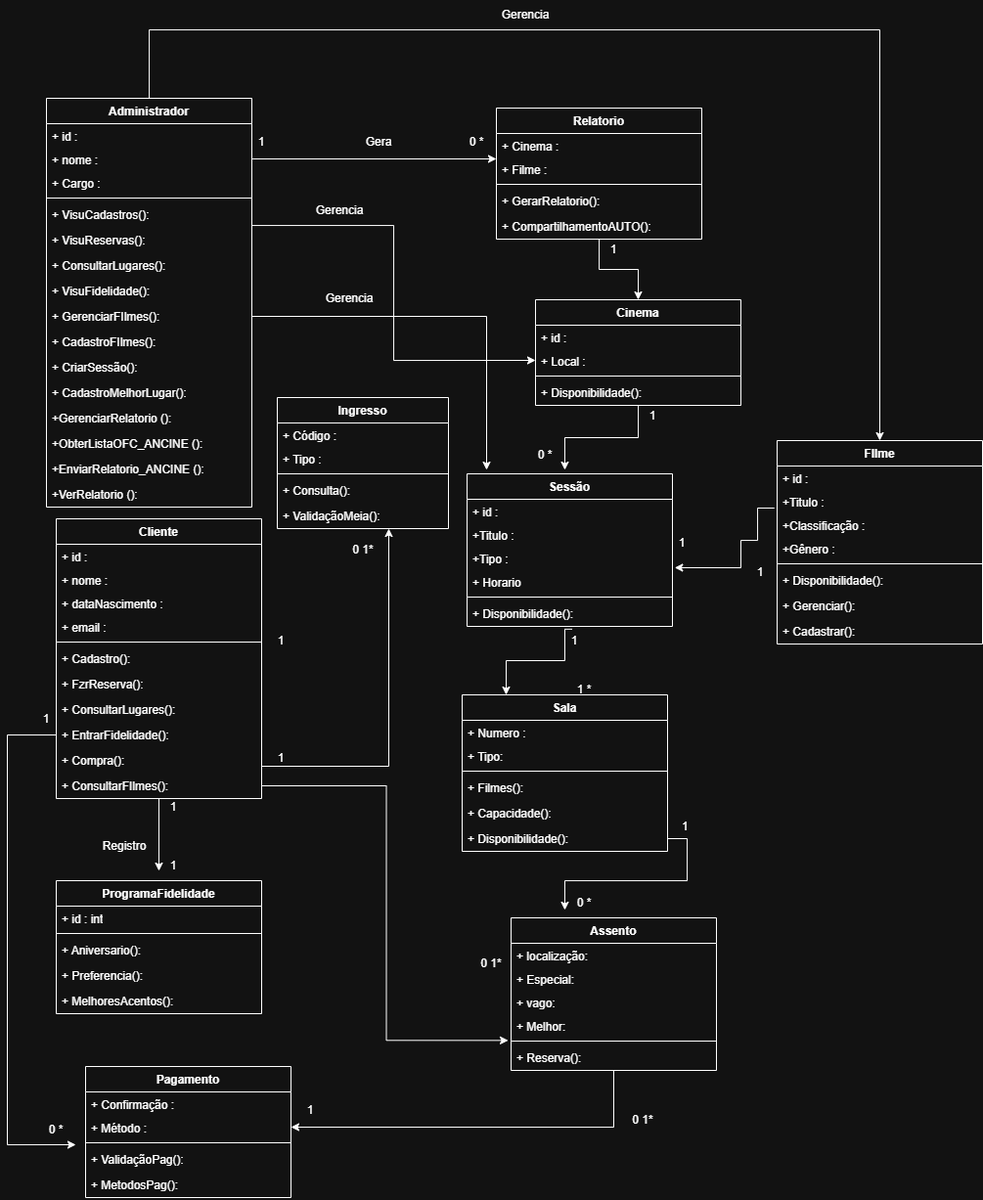
This is Diagramadeclasses(1).drawio.png from rotkis/Cinema_FEI, a draw.io export, as it was before one commit. Source tidied: cells renumbered, new cells last; positions are measured from the earlier drawing's top-left corner, leaving out a move shared by most shapes.
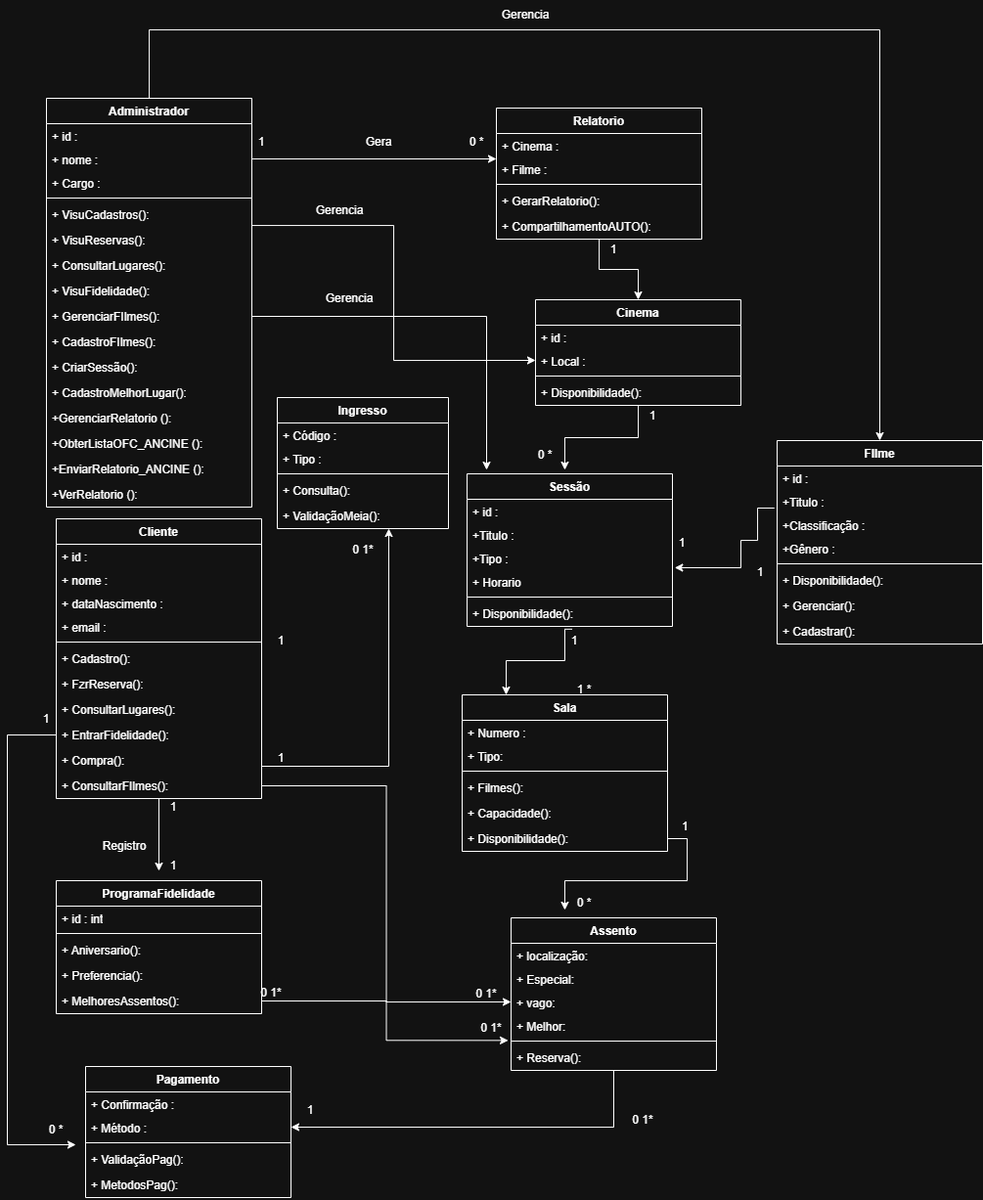
The same diagram one commit later.

Change to the diagram source:
```diff
@@ -226,7 +226,7 @@
     <mxCell id="68" value="+ Preferencia():" style="text;strokeColor=none;fillColor=none;align=left;verticalAlign=top;spacingLeft=4;spacingRight=4;overflow=hidden;whiteSpace=wrap;html=1;" parent="64" vertex="1">
       <mxGeometry y="84" width="210" height="26" as="geometry" />
     </mxCell>
-    <mxCell id="69" value="+ MelhoresAcentos():" style="text;strokeColor=none;fillColor=none;align=left;verticalAlign=top;spacingLeft=4;spacingRight=4;overflow=hidden;points=[[0,0.5],[1,0.5]];portConstraint=eastwest;whiteSpace=wrap;html=1;" parent="64" vertex="1">
+    <mxCell id="69" value="+ MelhoresAssentos():" style="text;strokeColor=none;fillColor=none;align=left;verticalAlign=top;spacingLeft=4;spacingRight=4;overflow=hidden;points=[[0,0.5],[1,0.5]];portConstraint=eastwest;whiteSpace=wrap;html=1;" parent="64" vertex="1">
       <mxGeometry y="110" width="210" height="26" as="geometry" />
     </mxCell>
     <mxCell id="70" value="Pagamento" style="swimlane;fontStyle=1;align=center;verticalAlign=top;horizontal=1;startSize=26;whiteSpace=wrap;html=1;" parent="1" vertex="1">
@@ -311,7 +311,7 @@
       <mxGeometry x="250" y="760" width="60" height="30" as="geometry" />
     </mxCell>
     <mxCell id="97" value="0 1*" style="text;html=1;whiteSpace=wrap;strokeColor=none;fillColor=none;align=center;verticalAlign=middle;rounded=0;" parent="1" vertex="1">
-      <mxGeometry x="465" y="970" width="60" height="30" as="geometry" />
+      <mxGeometry x="465" y="1036" width="60" height="30" as="geometry" />
     </mxCell>
     <mxCell id="98" value="1" style="text;html=1;whiteSpace=wrap;strokeColor=none;fillColor=none;align=center;verticalAlign=middle;rounded=0;" parent="1" vertex="1">
       <mxGeometry x="10" y="720" width="60" height="30" as="geometry" />
@@ -429,5 +429,14 @@
         </Array>
       </mxGeometry>
     </mxCell>
+    <mxCell id="130" style="edgeStyle=orthogonalEdgeStyle;rounded=0;jettySize=auto;html=1;exitX=1;exitY=0.5;exitDx=0;exitDy=0;entryX=0;entryY=0.5;entryDx=0;entryDy=0;" parent="1" edge="1" source="69" target="54">
+      <mxGeometry relative="1" as="geometry" />
+    </mxCell>
+    <mxCell id="131" value="0 1*" style="text;html=1;whiteSpace=wrap;strokeColor=none;fillColor=none;align=center;verticalAlign=middle;rounded=0;" parent="1" vertex="1">
+      <mxGeometry x="240" y="1000" width="60" height="30" as="geometry" />
+    </mxCell>
+    <mxCell id="132" value="0 1*" style="text;html=1;whiteSpace=wrap;strokeColor=none;fillColor=none;align=center;verticalAlign=middle;rounded=0;" parent="1" vertex="1">
+      <mxGeometry x="460" y="1001" width="60" height="30" as="geometry" />
+    </mxCell>
   </root>
 </mxGraphModel>
```
